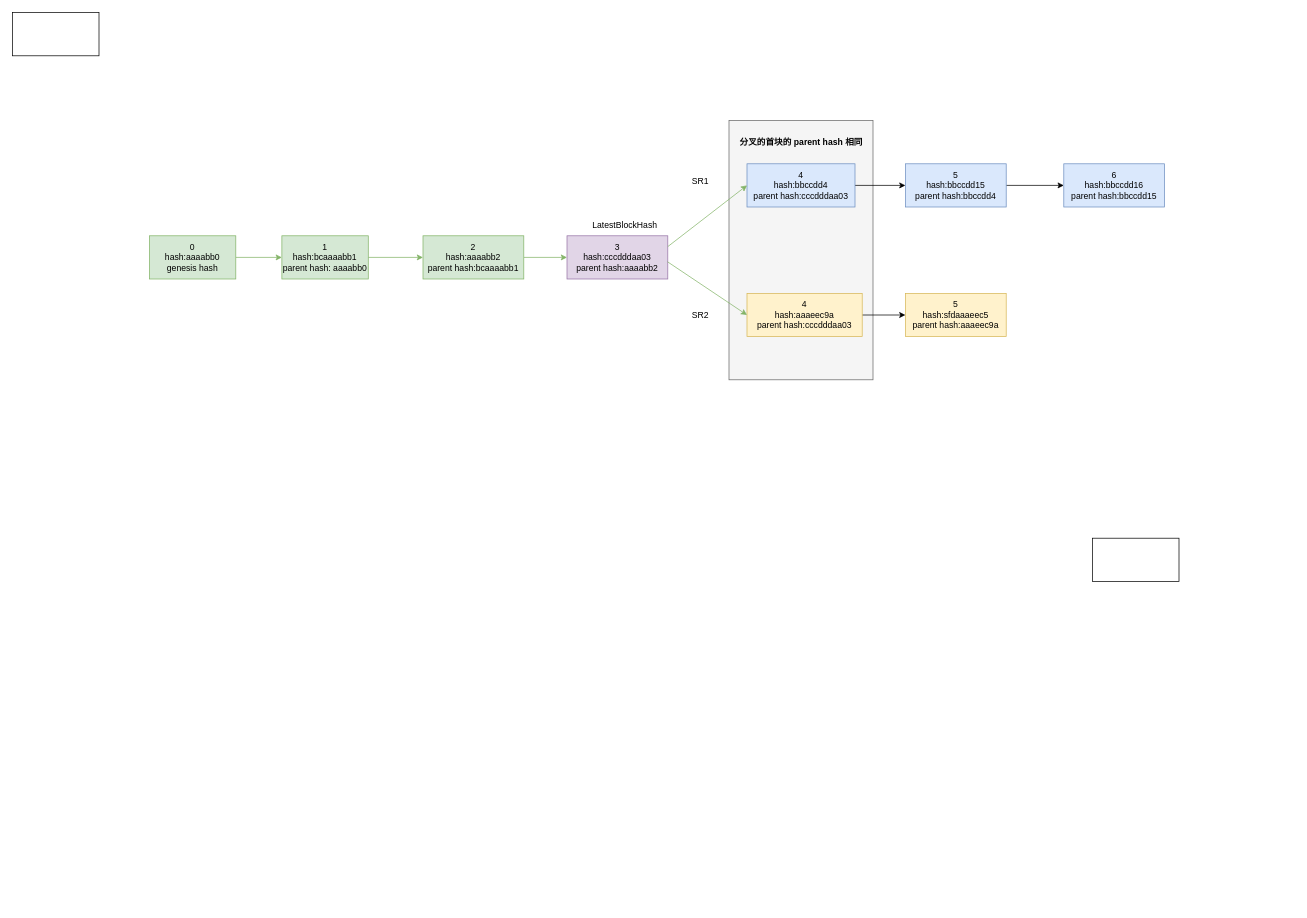
The draw.io diagram drawio/SwitchFork分析.drawio in forfreeday/design, before the edit. Source tidied: cells renumbered, new cells numbered last; positions are measured from the earlier drawing's top-left corner, leaving out a move shared by most shapes. Both pictures are drawn from the tidied source at 72%, with x=0, y=0 at pixel (12, 12).
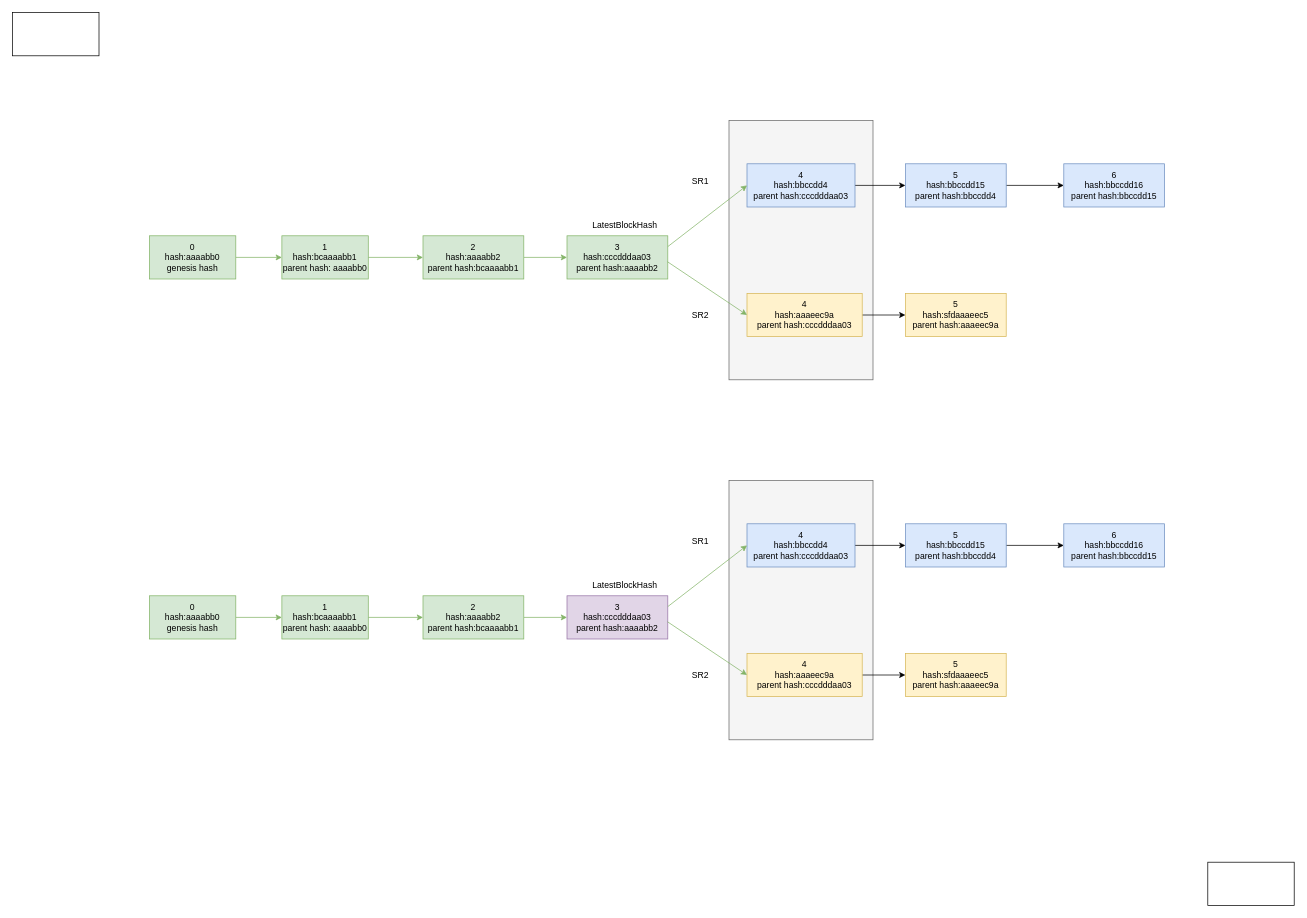
The same diagram, later.

What changed in the source:
```diff
@@
-    <mxCell id="9" value="3&lt;br&gt;hash:cccdddaa03&lt;br&gt;parent hash:aaaabb2" style="rounded=0;whiteSpace=wrap;html=1;fillColor=#e1d5e7;strokeColor=#9673a6;" parent="1" vertex="1">
+    <mxCell id="9" value="3&lt;br&gt;hash:cccdddaa03&lt;br&gt;parent hash:aaaabb2" style="rounded=0;whiteSpace=wrap;html=1;fillColor=#d5e8d4;strokeColor=#82b366;" parent="1" vertex="1">
       <mxGeometry x="770" y="310" width="140" height="60" as="geometry" />
     </mxCell>
@@
-    <mxCell id="21" value="&lt;b&gt;分叉的首块的 parent hash 相同&lt;/b&gt;" style="text;html=1;align=center;verticalAlign=middle;strokeColor=none;fillColor=none;" parent="1" vertex="1">
-      <mxGeometry x="1000" y="165" width="190" height="30" as="geometry" />
-    </mxCell>
@@
     <mxCell id="25" style="rounded=0;whiteSpace=wrap;html=1;" parent="1" vertex="1">
-      <mxGeometry x="1500" y="730" width="120" height="60" as="geometry" />
+      <mxGeometry x="1660" y="1180" width="120" height="60" as="geometry" />
     </mxCell>
+    <mxCell id="26" style="rounded=0;whiteSpace=wrap;html=1;fillColor=#f5f5f5;fontColor=#333333;strokeColor=#666666;" parent="1" vertex="1">
+      <mxGeometry x="995" y="650" width="200" height="360" as="geometry" />
+    </mxCell>
+    <mxCell id="27" style="edgeStyle=orthogonalEdgeStyle;rounded=0;jettySize=auto;html=1;fillColor=#d5e8d4;strokeColor=#82b366;" parent="1" edge="1" source="28" target="30">
+      <mxGeometry relative="1" as="geometry" />
+    </mxCell>
+    <mxCell id="28" value="0&lt;br&gt;hash:aaaabb0&lt;br&gt;genesis hash" style="rounded=0;whiteSpace=wrap;html=1;fillColor=#d5e8d4;strokeColor=#82b366;" parent="1" vertex="1">
+      <mxGeometry x="190" y="810" width="120" height="60" as="geometry" />
+    </mxCell>
+    <mxCell id="29" style="edgeStyle=orthogonalEdgeStyle;rounded=0;jettySize=auto;html=1;fillColor=#d5e8d4;strokeColor=#82b366;" parent="1" edge="1" source="30" target="32">
+      <mxGeometry relative="1" as="geometry" />
+    </mxCell>
+    <mxCell id="30" value="1&lt;br&gt;hash:bcaaaabb1&lt;br&gt;parent hash: aaaabb0" style="rounded=0;whiteSpace=wrap;html=1;fillColor=#d5e8d4;strokeColor=#82b366;" parent="1" vertex="1">
+      <mxGeometry x="374" y="810" width="120" height="60" as="geometry" />
+    </mxCell>
+    <mxCell id="31" style="edgeStyle=orthogonalEdgeStyle;rounded=0;jettySize=auto;html=1;fillColor=#d5e8d4;strokeColor=#82b366;" parent="1" edge="1" source="32" target="33">
+      <mxGeometry relative="1" as="geometry" />
+    </mxCell>
+    <mxCell id="32" value="2&lt;br&gt;hash:aaaabb2&lt;br&gt;parent hash:bcaaaabb1" style="rounded=0;whiteSpace=wrap;html=1;fillColor=#d5e8d4;strokeColor=#82b366;" parent="1" vertex="1">
+      <mxGeometry x="570" y="810" width="140" height="60" as="geometry" />
+    </mxCell>
+    <mxCell id="33" value="3&lt;br&gt;hash:cccdddaa03&lt;br&gt;parent hash:aaaabb2" style="rounded=0;whiteSpace=wrap;html=1;fillColor=#e1d5e7;strokeColor=#9673a6;" parent="1" vertex="1">
+      <mxGeometry x="770" y="810" width="140" height="60" as="geometry" />
+    </mxCell>
+    <mxCell id="34" style="edgeStyle=orthogonalEdgeStyle;rounded=0;jettySize=auto;html=1;" parent="1" edge="1" source="35" target="41">
+      <mxGeometry relative="1" as="geometry" />
+    </mxCell>
+    <mxCell id="35" value="4&lt;br&gt;hash:bbccdd4&lt;br&gt;parent hash:cccdddaa03" style="rounded=0;whiteSpace=wrap;html=1;fillColor=#dae8fc;strokeColor=#6c8ebf;" parent="1" vertex="1">
+      <mxGeometry x="1020" y="710" width="150" height="60" as="geometry" />
+    </mxCell>
+    <mxCell id="36" style="endArrow=classic;html=1;rounded=0;exitX=1;exitY=0.25;exitDx=0;exitDy=0;entryX=0;entryY=0.5;entryDx=0;entryDy=0;fillColor=#d5e8d4;strokeColor=#82b366;" parent="1" edge="1" source="33" target="35">
+      <mxGeometry relative="1" as="geometry" />
+    </mxCell>
+    <mxCell id="37" style="edgeStyle=orthogonalEdgeStyle;rounded=0;jettySize=auto;html=1;" parent="1" edge="1" source="38" target="42">
+      <mxGeometry relative="1" as="geometry" />
+    </mxCell>
+    <mxCell id="38" value="4&lt;br&gt;hash:aaaeec9a&lt;br&gt;parent hash:cccdddaa03" style="rounded=0;whiteSpace=wrap;html=1;fillColor=#fff2cc;strokeColor=#d6b656;" parent="1" vertex="1">
+      <mxGeometry x="1020" y="890" width="160" height="60" as="geometry" />
+    </mxCell>
+    <mxCell id="39" style="endArrow=classic;html=1;rounded=0;exitX=0.997;exitY=0.601;exitDx=0;exitDy=0;entryX=0;entryY=0.5;entryDx=0;entryDy=0;exitPerimeter=0;fillColor=#d5e8d4;strokeColor=#82b366;" parent="1" edge="1" source="33" target="38">
+      <mxGeometry relative="1" as="geometry" />
+    </mxCell>
+    <mxCell id="40" style="edgeStyle=orthogonalEdgeStyle;rounded=0;jettySize=auto;html=1;" parent="1" edge="1" source="41" target="43">
+      <mxGeometry relative="1" as="geometry" />
+    </mxCell>
+    <mxCell id="41" value="5&lt;br&gt;hash:bbccdd15&lt;br&gt;parent hash:bbccdd4" style="rounded=0;whiteSpace=wrap;html=1;fillColor=#dae8fc;strokeColor=#6c8ebf;" parent="1" vertex="1">
+      <mxGeometry x="1240" y="710" width="140" height="60" as="geometry" />
+    </mxCell>
+    <mxCell id="42" value="5&lt;br&gt;hash:sfdaaaeec5&lt;br&gt;parent hash:aaaeec9a" style="rounded=0;whiteSpace=wrap;html=1;fillColor=#fff2cc;strokeColor=#d6b656;" parent="1" vertex="1">
+      <mxGeometry x="1240" y="890" width="140" height="60" as="geometry" />
+    </mxCell>
+    <mxCell id="43" value="6&lt;br&gt;hash:bbccdd16&lt;br&gt;parent hash:bbccdd15" style="rounded=0;whiteSpace=wrap;html=1;fillColor=#dae8fc;strokeColor=#6c8ebf;" parent="1" vertex="1">
+      <mxGeometry x="1460" y="710" width="140" height="60" as="geometry" />
+    </mxCell>
+    <mxCell id="44" value="LatestBlockHash" style="text;html=1;align=center;verticalAlign=middle;strokeColor=none;fillColor=none;" parent="1" vertex="1">
+      <mxGeometry x="795" y="780" width="110" height="30" as="geometry" />
+    </mxCell>
+    <mxCell id="45" value="SR1" style="text;html=1;align=center;verticalAlign=middle;strokeColor=none;fillColor=none;" parent="1" vertex="1">
+      <mxGeometry x="930" y="720" width="50" height="30" as="geometry" />
+    </mxCell>
+    <mxCell id="46" value="SR2" style="text;html=1;align=center;verticalAlign=middle;strokeColor=none;fillColor=none;" parent="1" vertex="1">
+      <mxGeometry x="930" y="905" width="50" height="30" as="geometry" />
+    </mxCell>
```
